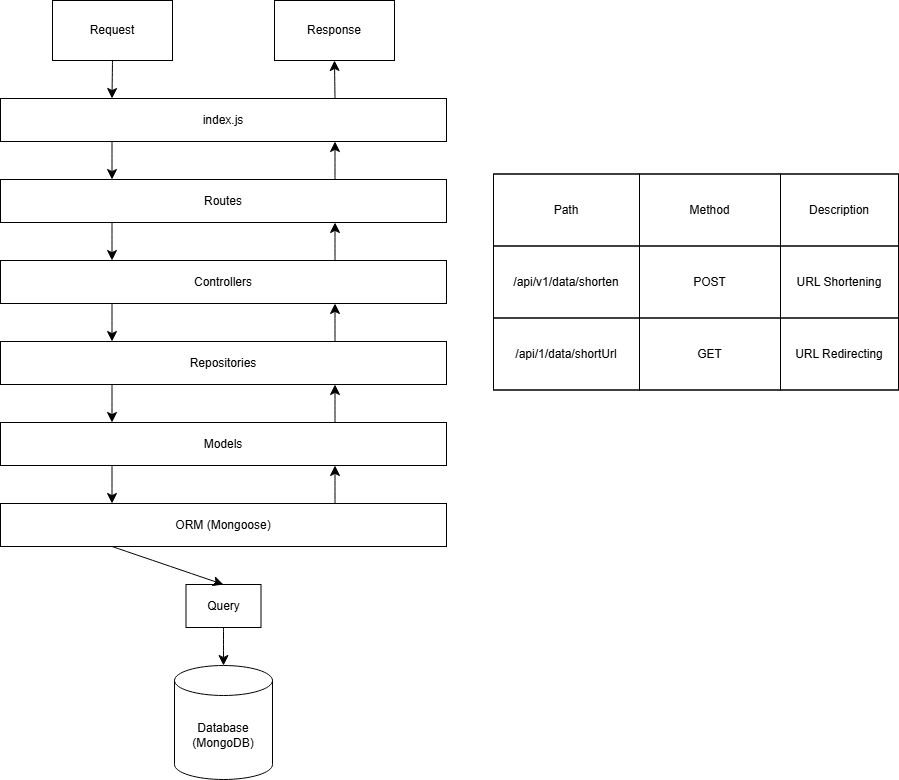
Earlier version of the draw.io export images/URLShortener.drawio.png (LuuTung21/URLShoterner). Source tidied: cells renumbered, new cells last; positions are measured from the earlier drawing's top-left corner, leaving out a move shared by most shapes. The source it was exported from:
```xml
<mxGraphModel>
  <root>
    <mxCell id="0" />
    <mxCell id="1" parent="0" />
    <mxCell id="2" value="Request" style="rounded=0;whiteSpace=wrap;html=1;" parent="1" vertex="1">
      <mxGeometry x="52" width="120" height="60" as="geometry" />
    </mxCell>
    <mxCell id="3" value="Response" style="rounded=0;whiteSpace=wrap;html=1;" parent="1" vertex="1">
      <mxGeometry x="274" width="120" height="60" as="geometry" />
    </mxCell>
    <mxCell id="4" value="index.js" style="rounded=0;whiteSpace=wrap;html=1;" parent="1" vertex="1">
      <mxGeometry y="98" width="446" height="43" as="geometry" />
    </mxCell>
    <mxCell id="5" value="Routes" style="rounded=0;whiteSpace=wrap;html=1;" parent="1" vertex="1">
      <mxGeometry y="179" width="446" height="43" as="geometry" />
    </mxCell>
    <mxCell id="6" value="Controllers" style="rounded=0;whiteSpace=wrap;html=1;" parent="1" vertex="1">
      <mxGeometry y="260" width="446" height="43" as="geometry" />
    </mxCell>
    <mxCell id="7" value="Repositories" style="rounded=0;whiteSpace=wrap;html=1;" parent="1" vertex="1">
      <mxGeometry y="341" width="446" height="43" as="geometry" />
    </mxCell>
    <mxCell id="8" value="Models" style="rounded=0;whiteSpace=wrap;html=1;" parent="1" vertex="1">
      <mxGeometry y="422" width="446" height="43" as="geometry" />
    </mxCell>
    <mxCell id="9" value="ORM (Mongoose)" style="rounded=0;whiteSpace=wrap;html=1;" parent="1" vertex="1">
      <mxGeometry y="503" width="446" height="43" as="geometry" />
    </mxCell>
    <mxCell id="10" value="Query" style="rounded=0;whiteSpace=wrap;html=1;" parent="1" vertex="1">
      <mxGeometry x="185.5" y="584" width="75" height="43" as="geometry" />
    </mxCell>
    <mxCell id="11" value="Database&lt;div&gt;(MongoDB)&lt;/div&gt;" style="shape=cylinder3;whiteSpace=wrap;html=1;boundedLbl=1;backgroundOutline=1;size=15;" parent="1" vertex="1">
      <mxGeometry x="174" y="665" width="98" height="114" as="geometry" />
    </mxCell>
    <mxCell id="12" style="endArrow=classic;html=1;rounded=0;fontSize=12;startSize=8;endSize=8;curved=1;exitX=0.25;exitY=1;exitDx=0;exitDy=0;entryX=0.25;entryY=0;entryDx=0;entryDy=0;" parent="1" edge="1" source="4" target="5">
      <mxGeometry relative="1" as="geometry" />
    </mxCell>
    <mxCell id="13" style="endArrow=classic;html=1;rounded=0;fontSize=12;startSize=8;endSize=8;curved=1;exitX=0.5;exitY=1;exitDx=0;exitDy=0;entryX=0.25;entryY=0;entryDx=0;entryDy=0;" parent="1" edge="1" source="2" target="4">
      <mxGeometry relative="1" as="geometry" />
    </mxCell>
    <mxCell id="14" style="endArrow=classic;html=1;rounded=0;fontSize=12;startSize=8;endSize=8;curved=1;exitX=0.25;exitY=1;exitDx=0;exitDy=0;entryX=0.25;entryY=0;entryDx=0;entryDy=0;" parent="1" edge="1" source="5" target="6">
      <mxGeometry relative="1" as="geometry" />
    </mxCell>
    <mxCell id="15" style="endArrow=classic;html=1;rounded=0;fontSize=12;startSize=8;endSize=8;curved=1;exitX=0.25;exitY=1;exitDx=0;exitDy=0;entryX=0.25;entryY=0;entryDx=0;entryDy=0;" parent="1" edge="1" source="6" target="7">
      <mxGeometry relative="1" as="geometry" />
    </mxCell>
    <mxCell id="16" style="endArrow=classic;html=1;rounded=0;fontSize=12;startSize=8;endSize=8;curved=1;exitX=0.25;exitY=1;exitDx=0;exitDy=0;entryX=0.25;entryY=0;entryDx=0;entryDy=0;" parent="1" edge="1" source="7" target="8">
      <mxGeometry relative="1" as="geometry" />
    </mxCell>
    <mxCell id="17" style="endArrow=classic;html=1;rounded=0;fontSize=12;startSize=8;endSize=8;curved=1;exitX=0.25;exitY=1;exitDx=0;exitDy=0;entryX=0.25;entryY=0;entryDx=0;entryDy=0;" parent="1" edge="1" source="8" target="9">
      <mxGeometry relative="1" as="geometry" />
    </mxCell>
    <mxCell id="18" style="endArrow=classic;html=1;rounded=0;fontSize=12;startSize=8;endSize=8;curved=1;exitX=0.25;exitY=1;exitDx=0;exitDy=0;entryX=0.5;entryY=0;entryDx=0;entryDy=0;" parent="1" edge="1" source="9" target="10">
      <mxGeometry relative="1" as="geometry" />
    </mxCell>
    <mxCell id="19" style="endArrow=classic;html=1;rounded=0;fontSize=12;startSize=8;endSize=8;curved=1;exitX=0.5;exitY=1;exitDx=0;exitDy=0;entryX=0.5;entryY=0;entryDx=0;entryDy=0;entryPerimeter=0;" parent="1" edge="1" source="10" target="11">
      <mxGeometry relative="1" as="geometry" />
    </mxCell>
    <mxCell id="20" style="endArrow=classic;html=1;rounded=0;fontSize=12;startSize=8;endSize=8;curved=1;exitX=0.75;exitY=0;exitDx=0;exitDy=0;entryX=0.75;entryY=1;entryDx=0;entryDy=0;" parent="1" edge="1" source="9" target="8">
      <mxGeometry relative="1" as="geometry" />
    </mxCell>
    <mxCell id="21" style="endArrow=classic;html=1;rounded=0;fontSize=12;startSize=8;endSize=8;curved=1;entryX=0.75;entryY=1;entryDx=0;entryDy=0;exitX=0.75;exitY=0;exitDx=0;exitDy=0;" parent="1" edge="1" source="8" target="7">
      <mxGeometry relative="1" as="geometry" />
    </mxCell>
    <mxCell id="22" style="endArrow=classic;html=1;rounded=0;fontSize=12;startSize=8;endSize=8;curved=1;entryX=0.75;entryY=1;entryDx=0;entryDy=0;exitX=0.75;exitY=0;exitDx=0;exitDy=0;" parent="1" edge="1" source="7" target="6">
      <mxGeometry relative="1" as="geometry" />
    </mxCell>
    <mxCell id="23" style="endArrow=classic;html=1;rounded=0;fontSize=12;startSize=8;endSize=8;curved=1;entryX=0.75;entryY=1;entryDx=0;entryDy=0;exitX=0.75;exitY=0;exitDx=0;exitDy=0;" parent="1" edge="1" source="6" target="5">
      <mxGeometry relative="1" as="geometry" />
    </mxCell>
    <mxCell id="24" style="endArrow=classic;html=1;rounded=0;fontSize=12;startSize=8;endSize=8;curved=1;entryX=0.75;entryY=1;entryDx=0;entryDy=0;exitX=0.75;exitY=0;exitDx=0;exitDy=0;" parent="1" edge="1" source="5" target="4">
      <mxGeometry relative="1" as="geometry" />
    </mxCell>
    <mxCell id="25" style="endArrow=classic;html=1;rounded=0;fontSize=12;startSize=8;endSize=8;curved=1;entryX=0.5;entryY=1;entryDx=0;entryDy=0;exitX=0.75;exitY=0;exitDx=0;exitDy=0;" parent="1" edge="1" source="4" target="3">
      <mxGeometry relative="1" as="geometry" />
    </mxCell>
    <mxCell id="26" style="shadow=0;fillColor=none;" parent="1" vertex="1">
      <mxGeometry x="493" y="173.5" width="405" height="216" as="geometry" />
    </mxCell>
    <mxCell id="27" style="shape=tableRow;horizontal=0;startSize=0;swimlaneHead=0;swimlaneBody=0;top=0;left=0;bottom=0;right=0;fontStyle=0;fillColor=none;strokeColor=inherit;" parent="26" vertex="1">
      <mxGeometry width="405" height="72" as="geometry" />
    </mxCell>
    <mxCell id="28" value="Path" style="strokeColor=inherit;fillColor=none;align=center;whiteSpace=wrap;html=1;" parent="27" vertex="1">
      <mxGeometry width="146" height="72" as="geometry" />
    </mxCell>
    <mxCell id="29" value="Method" style="strokeColor=inherit;fillColor=none;align=center;whiteSpace=wrap;html=1;" parent="27" vertex="1">
      <mxGeometry x="146" width="141" height="72" as="geometry" />
    </mxCell>
    <mxCell id="30" value="Description" style="strokeColor=inherit;fillColor=none;align=center;whiteSpace=wrap;html=1;" parent="27" vertex="1">
      <mxGeometry x="287" width="118" height="72" as="geometry" />
    </mxCell>
    <mxCell id="31" style="shape=tableRow;horizontal=0;startSize=0;swimlaneHead=0;swimlaneBody=0;top=0;left=0;bottom=0;right=0;fontStyle=0;fillColor=none;strokeColor=inherit;" parent="26" vertex="1">
      <mxGeometry y="72" width="405" height="72" as="geometry" />
    </mxCell>
    <mxCell id="32" value="/api/v1/data/shorten" style="strokeColor=inherit;fillColor=none;align=center;whiteSpace=wrap;html=1;" parent="31" vertex="1">
      <mxGeometry width="146" height="72" as="geometry" />
    </mxCell>
    <mxCell id="33" value="POST" style="strokeColor=inherit;fillColor=none;align=center;whiteSpace=wrap;html=1;" parent="31" vertex="1">
      <mxGeometry x="146" width="141" height="72" as="geometry" />
    </mxCell>
    <mxCell id="34" value="URL Shortening" style="strokeColor=inherit;fillColor=none;align=center;whiteSpace=wrap;html=1;" parent="31" vertex="1">
      <mxGeometry x="287" width="118" height="72" as="geometry" />
    </mxCell>
    <mxCell id="35" style="shape=tableRow;horizontal=0;startSize=0;swimlaneHead=0;swimlaneBody=0;top=0;left=0;bottom=0;right=0;fontStyle=0;fillColor=none;strokeColor=inherit;" parent="26" vertex="1">
      <mxGeometry y="144" width="405" height="72" as="geometry" />
    </mxCell>
    <mxCell id="36" value="/api/1/data/shortUrl" style="strokeColor=inherit;fillColor=none;align=center;whiteSpace=wrap;html=1;" parent="35" vertex="1">
      <mxGeometry width="146" height="72" as="geometry" />
    </mxCell>
    <mxCell id="37" value="GET" style="strokeColor=inherit;fillColor=none;align=center;whiteSpace=wrap;html=1;" parent="35" vertex="1">
      <mxGeometry x="146" width="141" height="72" as="geometry" />
    </mxCell>
    <mxCell id="38" value="URL Redirecting" style="strokeColor=inherit;fillColor=none;align=center;whiteSpace=wrap;html=1;" parent="35" vertex="1">
      <mxGeometry x="287" width="118" height="72" as="geometry" />
    </mxCell>
  </root>
</mxGraphModel>
```
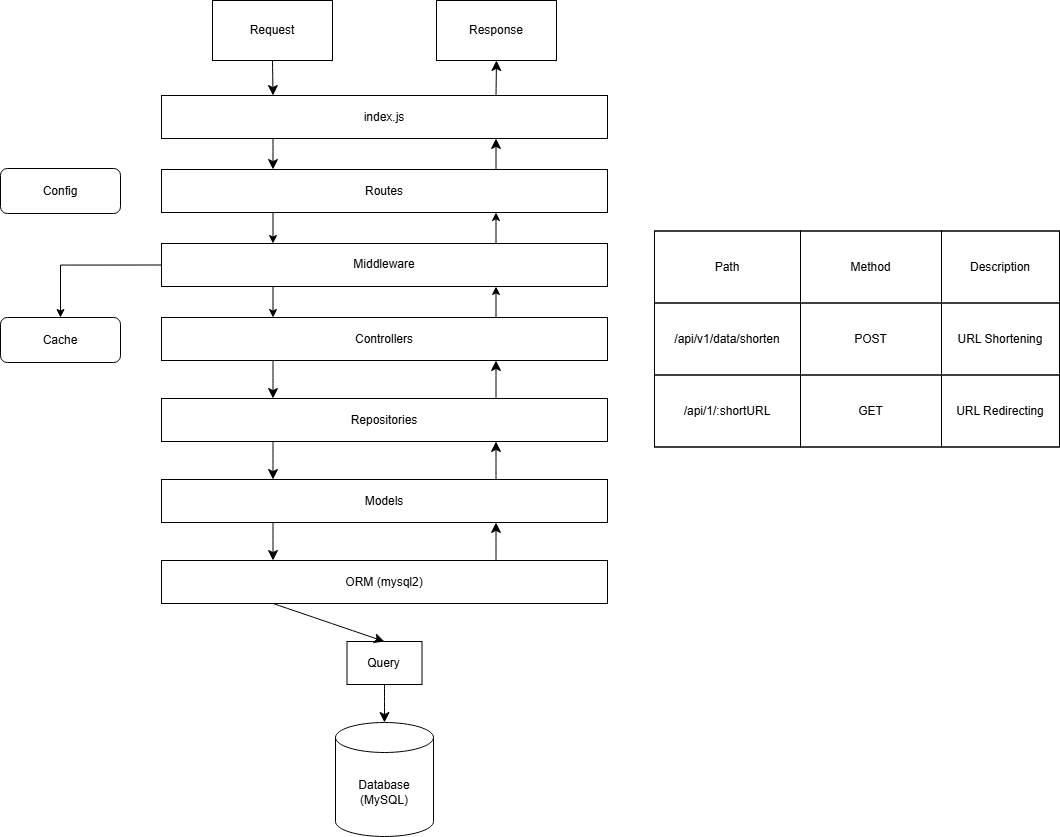
Later version of the same file.

The edit, as a diff of the source:
```diff
@@ -3,17 +3,23 @@
     <mxCell id="0" />
     <mxCell id="1" parent="0" />
     <mxCell id="2" value="Request" style="rounded=0;whiteSpace=wrap;html=1;" parent="1" vertex="1">
-      <mxGeometry x="52" width="120" height="60" as="geometry" />
+      <mxGeometry x="51" y="-57" width="120" height="60" as="geometry" />
     </mxCell>
     <mxCell id="3" value="Response" style="rounded=0;whiteSpace=wrap;html=1;" parent="1" vertex="1">
-      <mxGeometry x="274" width="120" height="60" as="geometry" />
+      <mxGeometry x="275" y="-57" width="120" height="60" as="geometry" />
     </mxCell>
     <mxCell id="4" value="index.js" style="rounded=0;whiteSpace=wrap;html=1;" parent="1" vertex="1">
-      <mxGeometry y="98" width="446" height="43" as="geometry" />
+      <mxGeometry y="38" width="446" height="43" as="geometry" />
     </mxCell>
+    <mxCell id="39" style="edgeStyle=orthogonalEdgeStyle;rounded=0;jettySize=auto;html=1;exitX=0.25;exitY=1;exitDx=0;exitDy=0;entryX=0.25;entryY=0;entryDx=0;entryDy=0;" parent="1" edge="1" source="5" target="44">
+      <mxGeometry relative="1" as="geometry" />
+    </mxCell>
     <mxCell id="5" value="Routes" style="rounded=0;whiteSpace=wrap;html=1;" parent="1" vertex="1">
-      <mxGeometry y="179" width="446" height="43" as="geometry" />
+      <mxGeometry y="112" width="446" height="43" as="geometry" />
     </mxCell>
+    <mxCell id="40" style="edgeStyle=orthogonalEdgeStyle;rounded=0;jettySize=auto;html=1;exitX=0.75;exitY=0;exitDx=0;exitDy=0;entryX=0.75;entryY=1;entryDx=0;entryDy=0;" parent="1" edge="1" source="6" target="44">
+      <mxGeometry relative="1" as="geometry" />
+    </mxCell>
     <mxCell id="6" value="Controllers" style="rounded=0;whiteSpace=wrap;html=1;" parent="1" vertex="1">
       <mxGeometry y="260" width="446" height="43" as="geometry" />
     </mxCell>
@@ -23,13 +29,13 @@
     <mxCell id="8" value="Models" style="rounded=0;whiteSpace=wrap;html=1;" parent="1" vertex="1">
       <mxGeometry y="422" width="446" height="43" as="geometry" />
     </mxCell>
-    <mxCell id="9" value="ORM (Mongoose)" style="rounded=0;whiteSpace=wrap;html=1;" parent="1" vertex="1">
+    <mxCell id="9" value="ORM (mysql2)" style="rounded=0;whiteSpace=wrap;html=1;" parent="1" vertex="1">
       <mxGeometry y="503" width="446" height="43" as="geometry" />
     </mxCell>
     <mxCell id="10" value="Query" style="rounded=0;whiteSpace=wrap;html=1;" parent="1" vertex="1">
       <mxGeometry x="185.5" y="584" width="75" height="43" as="geometry" />
     </mxCell>
-    <mxCell id="11" value="Database&lt;div&gt;(MongoDB)&lt;/div&gt;" style="shape=cylinder3;whiteSpace=wrap;html=1;boundedLbl=1;backgroundOutline=1;size=15;" parent="1" vertex="1">
+    <mxCell id="11" value="Database&lt;div&gt;(MySQL)&lt;/div&gt;" style="shape=cylinder3;whiteSpace=wrap;html=1;boundedLbl=1;backgroundOutline=1;size=15;" parent="1" vertex="1">
       <mxGeometry x="174" y="665" width="98" height="114" as="geometry" />
     </mxCell>
     <mxCell id="12" style="endArrow=classic;html=1;rounded=0;fontSize=12;startSize=8;endSize=8;curved=1;exitX=0.25;exitY=1;exitDx=0;exitDy=0;entryX=0.25;entryY=0;entryDx=0;entryDy=0;" parent="1" edge="1" source="4" target="5">
@@ -38,9 +44,6 @@
     <mxCell id="13" style="endArrow=classic;html=1;rounded=0;fontSize=12;startSize=8;endSize=8;curved=1;exitX=0.5;exitY=1;exitDx=0;exitDy=0;entryX=0.25;entryY=0;entryDx=0;entryDy=0;" parent="1" edge="1" source="2" target="4">
       <mxGeometry relative="1" as="geometry" />
     </mxCell>
-    <mxCell id="14" style="endArrow=classic;html=1;rounded=0;fontSize=12;startSize=8;endSize=8;curved=1;exitX=0.25;exitY=1;exitDx=0;exitDy=0;entryX=0.25;entryY=0;entryDx=0;entryDy=0;" parent="1" edge="1" source="5" target="6">
-      <mxGeometry relative="1" as="geometry" />
-    </mxCell>
     <mxCell id="15" style="endArrow=classic;html=1;rounded=0;fontSize=12;startSize=8;endSize=8;curved=1;exitX=0.25;exitY=1;exitDx=0;exitDy=0;entryX=0.25;entryY=0;entryDx=0;entryDy=0;" parent="1" edge="1" source="6" target="7">
       <mxGeometry relative="1" as="geometry" />
     </mxCell>
@@ -65,9 +68,6 @@
     <mxCell id="22" style="endArrow=classic;html=1;rounded=0;fontSize=12;startSize=8;endSize=8;curved=1;entryX=0.75;entryY=1;entryDx=0;entryDy=0;exitX=0.75;exitY=0;exitDx=0;exitDy=0;" parent="1" edge="1" source="7" target="6">
       <mxGeometry relative="1" as="geometry" />
     </mxCell>
-    <mxCell id="23" style="endArrow=classic;html=1;rounded=0;fontSize=12;startSize=8;endSize=8;curved=1;entryX=0.75;entryY=1;entryDx=0;entryDy=0;exitX=0.75;exitY=0;exitDx=0;exitDy=0;" parent="1" edge="1" source="6" target="5">
-      <mxGeometry relative="1" as="geometry" />
-    </mxCell>
     <mxCell id="24" style="endArrow=classic;html=1;rounded=0;fontSize=12;startSize=8;endSize=8;curved=1;entryX=0.75;entryY=1;entryDx=0;entryDy=0;exitX=0.75;exitY=0;exitDx=0;exitDy=0;" parent="1" edge="1" source="5" target="4">
       <mxGeometry relative="1" as="geometry" />
     </mxCell>
@@ -104,7 +104,7 @@
     <mxCell id="35" style="shape=tableRow;horizontal=0;startSize=0;swimlaneHead=0;swimlaneBody=0;top=0;left=0;bottom=0;right=0;fontStyle=0;fillColor=none;strokeColor=inherit;" parent="26" vertex="1">
       <mxGeometry y="144" width="405" height="72" as="geometry" />
     </mxCell>
-    <mxCell id="36" value="/api/1/data/shortUrl" style="strokeColor=inherit;fillColor=none;align=center;whiteSpace=wrap;html=1;" parent="35" vertex="1">
+    <mxCell id="36" value="/api/1/:shortURL" style="strokeColor=inherit;fillColor=none;align=center;whiteSpace=wrap;html=1;" parent="35" vertex="1">
       <mxGeometry width="146" height="72" as="geometry" />
     </mxCell>
     <mxCell id="37" value="GET" style="strokeColor=inherit;fillColor=none;align=center;whiteSpace=wrap;html=1;" parent="35" vertex="1">
@@ -113,5 +113,23 @@
     <mxCell id="38" value="URL Redirecting" style="strokeColor=inherit;fillColor=none;align=center;whiteSpace=wrap;html=1;" parent="35" vertex="1">
       <mxGeometry x="287" width="118" height="72" as="geometry" />
     </mxCell>
+    <mxCell id="41" style="edgeStyle=orthogonalEdgeStyle;rounded=0;jettySize=auto;html=1;exitX=0.25;exitY=1;exitDx=0;exitDy=0;entryX=0.25;entryY=0;entryDx=0;entryDy=0;" parent="1" edge="1" source="44" target="6">
+      <mxGeometry relative="1" as="geometry" />
+    </mxCell>
+    <mxCell id="42" style="edgeStyle=orthogonalEdgeStyle;rounded=0;jettySize=auto;html=1;exitX=0.75;exitY=0;exitDx=0;exitDy=0;entryX=0.75;entryY=1;entryDx=0;entryDy=0;" parent="1" edge="1" source="44" target="5">
+      <mxGeometry relative="1" as="geometry" />
+    </mxCell>
+    <mxCell id="43" style="edgeStyle=orthogonalEdgeStyle;rounded=0;jettySize=auto;html=1;exitX=0;exitY=0.5;exitDx=0;exitDy=0;entryX=0.5;entryY=0;entryDx=0;entryDy=0;" parent="1" edge="1" source="44" target="46">
+      <mxGeometry relative="1" as="geometry" />
+    </mxCell>
+    <mxCell id="44" value="Middleware" style="rounded=0;whiteSpace=wrap;html=1;" parent="1" vertex="1">
+      <mxGeometry y="186" width="446" height="43" as="geometry" />
+    </mxCell>
+    <mxCell id="45" value="Config" style="rounded=1;whiteSpace=wrap;html=1;" parent="1" vertex="1">
+      <mxGeometry x="-161" y="111" width="120" height="45" as="geometry" />
+    </mxCell>
+    <mxCell id="46" value="Cache" style="rounded=1;whiteSpace=wrap;html=1;" parent="1" vertex="1">
+      <mxGeometry x="-161" y="260" width="120" height="45" as="geometry" />
+    </mxCell>
   </root>
 </mxGraphModel>
```
